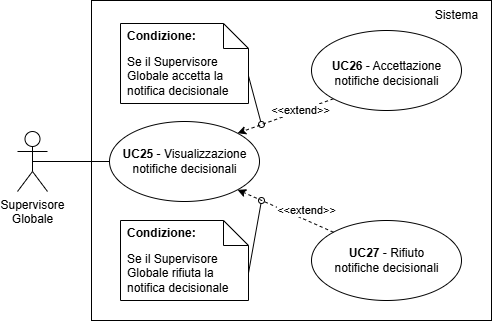
Before: documents/rtb/assets/UC25.png, a diagram exported from draw.io (teamcodealchemists/docs). Source tidied: cells renumbered, new cells last; positions are measured from the earlier drawing's top-left corner, leaving out a move shared by most shapes.
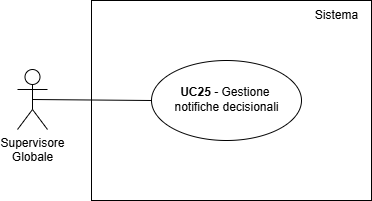
Above is the later version.

Change to the diagram source:
```diff
@@ -3,72 +3,22 @@
     <mxCell id="0" />
     <mxCell id="1" parent="0" />
     <mxCell id="2" value="Supervisore&lt;div&gt;Globale&lt;/div&gt;" style="shape=umlActor;verticalLabelPosition=bottom;verticalAlign=top;html=1;outlineConnect=0;" parent="1" vertex="1">
-      <mxGeometry y="131" width="30" height="60" as="geometry" />
+      <mxGeometry x="74" y="119" width="30" height="60" as="geometry" />
     </mxCell>
     <mxCell id="3" style="rounded=0;whiteSpace=wrap;html=1;" parent="1" vertex="1">
-      <mxGeometry x="74" width="400" height="320" as="geometry" />
+      <mxGeometry x="148" y="50" width="280" height="200" as="geometry" />
     </mxCell>
     <mxCell id="4" style="ellipse;whiteSpace=wrap;html=1;fontStyle=1;" parent="1" vertex="1">
-      <mxGeometry x="92" y="121" width="150" height="80" as="geometry" />
+      <mxGeometry x="208" y="110" width="150" height="80" as="geometry" />
     </mxCell>
-    <mxCell id="5" value="&lt;b&gt;UC25&amp;nbsp;&lt;/b&gt;- Visualizzazione&lt;div&gt;notifiche decisionali&lt;/div&gt;" style="text;html=1;align=center;verticalAlign=middle;strokeColor=none;fillColor=none;" parent="1" vertex="1">
-      <mxGeometry x="92" y="141" width="150" height="40" as="geometry" />
+    <mxCell id="5" value="&lt;b&gt;UC25&amp;nbsp;&lt;/b&gt;- Gestione&amp;nbsp;&lt;div&gt;notifiche decisionali&lt;/div&gt;" style="text;html=1;align=center;verticalAlign=middle;strokeColor=none;fillColor=none;" parent="1" vertex="1">
+      <mxGeometry x="218" y="129" width="130" height="40" as="geometry" />
     </mxCell>
     <mxCell id="6" style="endArrow=none;html=1;rounded=0;entryX=0;entryY=0.5;entryDx=0;entryDy=0;exitX=0.5;exitY=0.5;exitDx=0;exitDy=0;exitPerimeter=0;" parent="1" edge="1" source="2" target="4">
       <mxGeometry relative="1" as="geometry" />
     </mxCell>
-    <mxCell id="7" style="rounded=0;jettySize=auto;html=1;entryX=1;entryY=0;entryDx=0;entryDy=0;dashed=1;exitX=0;exitY=1;exitDx=0;exitDy=0;" parent="1" edge="1" source="9" target="4">
-      <mxGeometry relative="1" as="geometry" />
-    </mxCell>
-    <mxCell id="8" value="&amp;lt;&amp;lt;extend&amp;gt;&amp;gt;" style="edgeLabel;html=1;align=center;verticalAlign=middle;" parent="7" vertex="1">
-      <mxGeometry x="-0.17" y="-3" relative="1" as="geometry">
-        <mxPoint x="7" as="offset" />
-      </mxGeometry>
-    </mxCell>
-    <mxCell id="9" style="ellipse;whiteSpace=wrap;html=1;fontStyle=1;" parent="1" vertex="1">
-      <mxGeometry x="294" y="30" width="150" height="80" as="geometry" />
-    </mxCell>
-    <mxCell id="10" value="&lt;b&gt;UC26&amp;nbsp;&lt;/b&gt;- Accettazione&lt;div&gt;notifiche decisionali&lt;br&gt;&lt;/div&gt;" style="text;html=1;align=center;verticalAlign=middle;strokeColor=none;fillColor=none;" parent="1" vertex="1">
-      <mxGeometry x="304" y="53" width="130" height="40" as="geometry" />
-    </mxCell>
     <mxCell id="11" value="Sistema" style="text;html=1;align=center;verticalAlign=middle;strokeColor=none;fillColor=none;" parent="1" vertex="1">
-      <mxGeometry x="404" width="70" height="30" as="geometry" />
+      <mxGeometry x="358" y="50" width="70" height="30" as="geometry" />
     </mxCell>
-    <mxCell id="12" style="ellipse;whiteSpace=wrap;html=1;fontStyle=1;" parent="1" vertex="1">
-      <mxGeometry x="294" y="220" width="150" height="80" as="geometry" />
-    </mxCell>
-    <mxCell id="13" style="rounded=0;jettySize=auto;html=1;entryX=1;entryY=1;entryDx=0;entryDy=0;exitX=0;exitY=0;exitDx=0;exitDy=0;dashed=1;" parent="1" edge="1" source="12" target="4">
-      <mxGeometry relative="1" as="geometry" />
-    </mxCell>
-    <mxCell id="14" value="&amp;lt;&amp;lt;extend&amp;gt;&amp;gt;" style="edgeLabel;html=1;align=center;verticalAlign=middle;" parent="13" vertex="1">
-      <mxGeometry x="0.28" y="-2" relative="1" as="geometry">
-        <mxPoint x="33" y="7" as="offset" />
-      </mxGeometry>
-    </mxCell>
-    <mxCell id="15" value="&lt;b&gt;UC27&amp;nbsp;&lt;/b&gt;- Rifiuto&lt;div&gt;notifiche decisionali&lt;br&gt;&lt;/div&gt;" style="text;html=1;align=center;verticalAlign=middle;strokeColor=none;fillColor=none;" parent="1" vertex="1">
-      <mxGeometry x="304" y="240" width="130" height="40" as="geometry" />
-    </mxCell>
-    <mxCell id="16" style="rounded=0;jettySize=auto;html=1;exitX=0;exitY=0;exitDx=128;exitDy=52.5;exitPerimeter=0;endArrow=oval;endFill=0;" parent="1" edge="1" source="17">
-      <mxGeometry relative="1" as="geometry">
-        <mxPoint x="244" y="124" as="targetPoint" />
-      </mxGeometry>
-    </mxCell>
-    <mxCell id="17" value="Se il Supervisore Globale accetta la notifica decisionale" style="shape=note2;boundedLbl=1;whiteSpace=wrap;html=1;size=25;verticalAlign=top;align=left;spacingLeft=5;" parent="1" vertex="1">
-      <mxGeometry x="103" y="23" width="128" height="80" as="geometry" />
-    </mxCell>
-    <mxCell id="18" value="&lt;b&gt;Condizione:&lt;/b&gt;" style="strokeColor=none;fillColor=none;align=left;spacingLeft=5;whiteSpace=wrap;html=1;" parent="17" vertex="1">
-      <mxGeometry width="128" height="25" relative="1" as="geometry" />
-    </mxCell>
-    <mxCell id="19" value="Se il Supervisore Globale rifiuta la notifica decisionale" style="shape=note2;boundedLbl=1;whiteSpace=wrap;html=1;size=25;verticalAlign=top;align=left;spacingLeft=5;" parent="1" vertex="1">
-      <mxGeometry x="103" y="220" width="128" height="80" as="geometry" />
-    </mxCell>
-    <mxCell id="20" value="&lt;b&gt;Condizione:&lt;/b&gt;" style="strokeColor=none;fillColor=none;align=left;spacingLeft=5;whiteSpace=wrap;html=1;" parent="19" vertex="1">
-      <mxGeometry width="128" height="25" relative="1" as="geometry" />
-    </mxCell>
-    <mxCell id="21" style="rounded=0;jettySize=auto;html=1;exitX=0;exitY=0;exitDx=128;exitDy=52.5;exitPerimeter=0;endArrow=oval;endFill=0;" parent="1" edge="1" source="19">
-      <mxGeometry relative="1" as="geometry">
-        <mxPoint x="244" y="200" as="targetPoint" />
-      </mxGeometry>
-    </mxCell>
   </root>
 </mxGraphModel>
```
